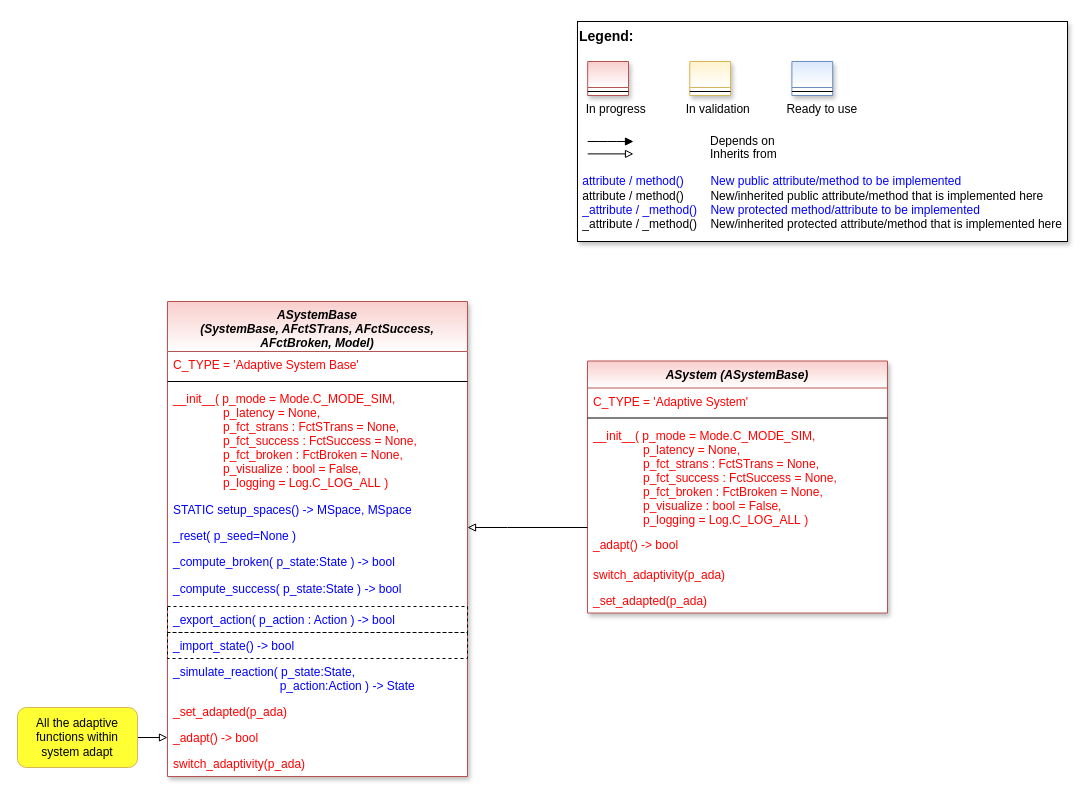
This is doc/rtd/content/04_appendices/appendix2/sub/core/images/bf/MLPro-BF-Systems-AdaptiveSystems_class_diagram.drawio from fhswf/MLPro, a draw.io file, before an edit. Source tidied: cells renumbered, new cells numbered last; positions are measured from the earlier drawing's top-left corner, leaving out a move shared by most shapes. Both pictures are drawn from the tidied source at 100%, with x=0, y=0 at pixel (17, 21).
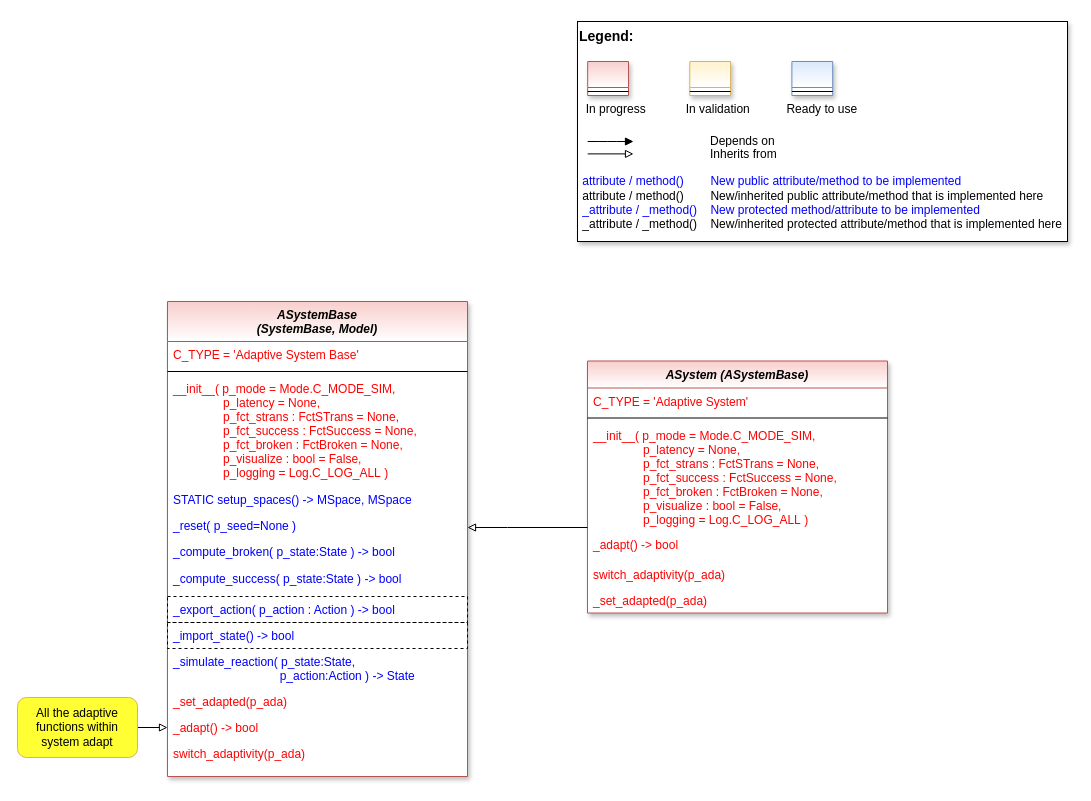
The same page after the edit.

Commit message (it also covers changes not shown here):
adaptive systems, oa systems

What changed in the source:
```diff
@@
-    <mxCell id="2" value="ASystemBase&#10;(SystemBase, AFctSTrans, AFctSuccess, &#10;AFctBroken, Model)" style="swimlane;fontStyle=3;align=center;verticalAlign=top;horizontal=1;startSize=50;rounded=0;shadow=1;strokeWidth=1;fillColor=#f8cecc;strokeColor=#b85450;swimlaneFillColor=#ffffff;gradientColor=#FFFFFF;" parent="1" vertex="1">
+    <mxCell id="2" value="ASystemBase&#10;(SystemBase, Model)" style="swimlane;fontStyle=3;align=center;verticalAlign=top;horizontal=1;startSize=40;rounded=0;shadow=1;strokeWidth=1;fillColor=#f8cecc;strokeColor=#b85450;swimlaneFillColor=#ffffff;gradientColor=#FFFFFF;" parent="1" vertex="1">
       <mxGeometry x="150" y="280" width="300" height="475" as="geometry" />
     </mxCell>
     <mxCell id="3" value="C_TYPE = 'Adaptive System Base'" style="text;align=left;verticalAlign=top;spacingLeft=4;spacingRight=4;overflow=hidden;fontColor=#FF0000;" parent="2" vertex="1">
-      <mxGeometry y="50" width="300" height="26" as="geometry" />
+      <mxGeometry y="40" width="300" height="26" as="geometry" />
     </mxCell>
     <mxCell id="4" style="line;html=1;strokeWidth=1;align=left;verticalAlign=middle;spacingTop=-1;spacingLeft=3;spacingRight=3;labelPosition=right;" parent="2" vertex="1">
-      <mxGeometry y="76" width="300" height="8" as="geometry" />
+      <mxGeometry y="66" width="300" height="8" as="geometry" />
     </mxCell>
     <mxCell id="5" value="__init__( p_mode = Mode.C_MODE_SIM,&#10;               p_latency = None, &#10;               p_fct_strans : FctSTrans = None,&#10;               p_fct_success : FctSuccess = None,&#10;               p_fct_broken : FctBroken = None,&#10;               p_visualize : bool = False,&#10;               p_logging = Log.C_LOG_ALL )" style="text;align=left;verticalAlign=top;spacingLeft=4;spacingRight=4;overflow=hidden;fontColor=#FF0000;" parent="2" vertex="1">
-      <mxGeometry y="84" width="300" height="111" as="geometry" />
+      <mxGeometry y="74" width="300" height="111" as="geometry" />
     </mxCell>
     <mxCell id="6" value="STATIC setup_spaces() -&gt; MSpace, MSpace" style="text;align=left;verticalAlign=top;spacingLeft=4;spacingRight=4;overflow=hidden;fontColor=#0000FF;" parent="2" vertex="1">
-      <mxGeometry y="195" width="300" height="26" as="geometry" />
+      <mxGeometry y="185" width="300" height="26" as="geometry" />
     </mxCell>
     <mxCell id="7" value="_reset( p_seed=None )" style="text;align=left;verticalAlign=top;spacingLeft=4;spacingRight=4;overflow=hidden;fontColor=#0000FF;" parent="2" vertex="1">
-      <mxGeometry y="221" width="300" height="26" as="geometry" />
+      <mxGeometry y="211" width="300" height="26" as="geometry" />
     </mxCell>
     <mxCell id="8" value="_compute_broken( p_state:State ) -&gt; bool" style="text;align=left;verticalAlign=top;spacingLeft=4;spacingRight=4;overflow=hidden;fontColor=#0000FF;" parent="2" vertex="1">
-      <mxGeometry y="247" width="300" height="27" as="geometry" />
+      <mxGeometry y="237" width="300" height="27" as="geometry" />
     </mxCell>
     <mxCell id="9" value="_compute_success( p_state:State ) -&gt; bool" style="text;align=left;verticalAlign=top;spacingLeft=4;spacingRight=4;overflow=hidden;fontColor=#0000FF;" parent="2" vertex="1">
-      <mxGeometry y="274" width="300" height="31" as="geometry" />
+      <mxGeometry y="264" width="300" height="31" as="geometry" />
     </mxCell>
     <mxCell id="10" value="_export_action( p_action : Action ) -&gt; bool" style="text;align=left;verticalAlign=top;spacingLeft=4;spacingRight=4;overflow=hidden;fontColor=#0000FF;strokeColor=default;dashed=1;" parent="2" vertex="1">
-      <mxGeometry y="305" width="300" height="26" as="geometry" />
+      <mxGeometry y="295" width="300" height="26" as="geometry" />
     </mxCell>
     <mxCell id="11" value="_import_state() -&gt; bool" style="text;align=left;verticalAlign=top;spacingLeft=4;spacingRight=4;overflow=hidden;fontColor=#0000FF;strokeColor=default;dashed=1;" parent="2" vertex="1">
-      <mxGeometry y="331" width="300" height="26" as="geometry" />
+      <mxGeometry y="321" width="300" height="26" as="geometry" />
     </mxCell>
     <mxCell id="12" value="_simulate_reaction( p_state:State, &#10;                                p_action:Action ) -&gt; State" style="text;align=left;verticalAlign=top;spacingLeft=4;spacingRight=4;overflow=hidden;fontColor=#0000FF;" parent="2" vertex="1">
-      <mxGeometry y="357" width="300" height="40" as="geometry" />
+      <mxGeometry y="347" width="300" height="40" as="geometry" />
     </mxCell>
     <mxCell id="13" value="_set_adapted(p_ada)" style="text;align=left;verticalAlign=top;spacingLeft=4;spacingRight=4;overflow=hidden;fontColor=#FF0000;" parent="2" vertex="1">
-      <mxGeometry y="397" width="300" height="26" as="geometry" />
+      <mxGeometry y="387" width="300" height="26" as="geometry" />
     </mxCell>
     <mxCell id="14" value="_adapt() -&gt; bool" style="text;align=left;verticalAlign=top;spacingLeft=4;spacingRight=4;overflow=hidden;points=[[0,0.5],[1,0.5]];portConstraint=eastwest;fontColor=#FF0000;" parent="2" vertex="1">
-      <mxGeometry y="423" width="300" height="26" as="geometry" />
+      <mxGeometry y="413" width="300" height="26" as="geometry" />
     </mxCell>
     <mxCell id="15" value="switch_adaptivity(p_ada)" style="text;align=left;verticalAlign=top;spacingLeft=4;spacingRight=4;overflow=hidden;fontColor=#FF0000;" parent="2" vertex="1">
-      <mxGeometry y="449" width="300" height="26" as="geometry" />
+      <mxGeometry y="439" width="300" height="26" as="geometry" />
     </mxCell>
@@
     <mxCell id="25" value="All the adaptive functions within system adapt" style="rounded=1;whiteSpace=wrap;html=1;strokeWidth=1;fillColor=#FFFF33;strokeColor=#d6b656;gradientColor=none;" parent="1" vertex="1">
-      <mxGeometry y="686" width="120" height="60" as="geometry" />
+      <mxGeometry y="676" width="120" height="60" as="geometry" />
     </mxCell>
```
